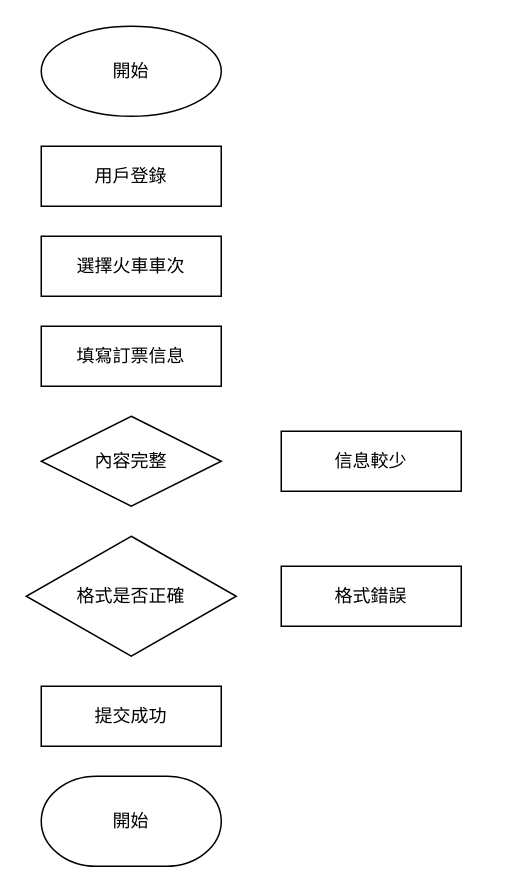
This is drawio/系統模組程式流程圖/圖4-9 火車票訂票流程圖.drawio from Roseller37/UML-diagram2, a draw.io file, before an edit. Source tidied: cells renumbered, new cells numbered last; positions are measured from the earlier drawing's top-left corner, leaving out a move shared by most shapes. Both pictures are drawn from the tidied source at 150%, with x=0, y=0 at pixel (26, 26).
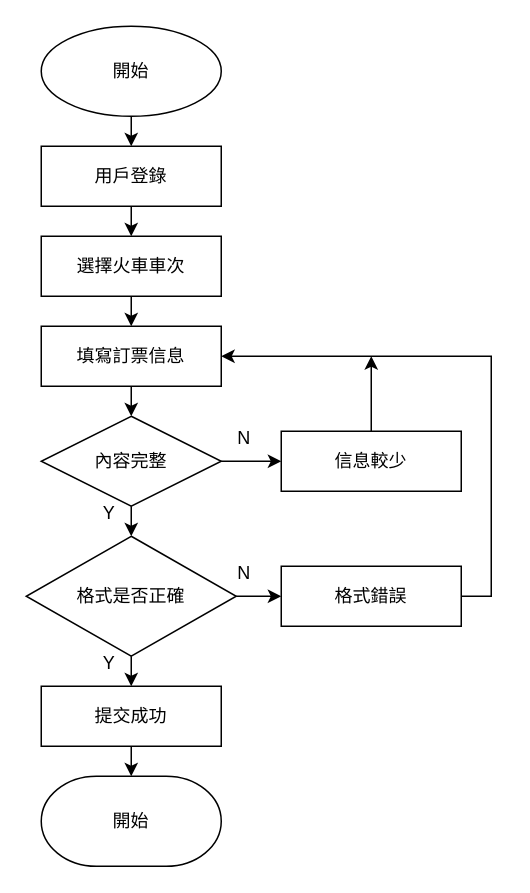
The same page after the edit.

Commit message (it also covers changes not shown here):
更新圖4-9 火車票訂票流程圖.drawio

Unchanged cells that the change refers to:
```xml
<mxCell id="2" value="開始" style="strokeWidth=1;html=1;shape=mxgraph.flowchart.start_1;whiteSpace=wrap;" parent="1" vertex="1">
  <mxGeometry x="10" width="120" height="60" as="geometry" />
</mxCell>
<mxCell id="3" value="開始" style="strokeWidth=1;html=1;shape=mxgraph.flowchart.terminator;whiteSpace=wrap;strokeColor=default;" parent="1" vertex="1">
  <mxGeometry x="10" y="500" width="120" height="60" as="geometry" />
</mxCell>
<mxCell id="4" value="用戶登錄" style="rounded=0;whiteSpace=wrap;html=1;" parent="1" vertex="1">
  <mxGeometry x="10" y="80" width="120" height="40" as="geometry" />
</mxCell>
<mxCell id="5" value="內容完整" style="rhombus;whiteSpace=wrap;html=1;" parent="1" vertex="1">
  <mxGeometry x="10" y="260" width="120" height="60" as="geometry" />
</mxCell>
<mxCell id="6" value="提交成功" style="rounded=0;whiteSpace=wrap;html=1;" parent="1" vertex="1">
  <mxGeometry x="10" y="440" width="120" height="40" as="geometry" />
</mxCell>
<mxCell id="7" value="選擇火車車次" style="rounded=0;whiteSpace=wrap;html=1;" parent="1" vertex="1">
  <mxGeometry x="10" y="140" width="120" height="40" as="geometry" />
</mxCell>
<mxCell id="8" value="填寫訂票信息" style="rounded=0;whiteSpace=wrap;html=1;" parent="1" vertex="1">
  <mxGeometry x="10" y="200" width="120" height="40" as="geometry" />
</mxCell>
<mxCell id="9" value="格式是否正確" style="rhombus;whiteSpace=wrap;html=1;" parent="1" vertex="1">
  <mxGeometry y="340" width="140" height="80" as="geometry" />
</mxCell>
<mxCell id="10" value="格式錯誤" style="rounded=0;whiteSpace=wrap;html=1;" parent="1" vertex="1">
  <mxGeometry x="170" y="360" width="120" height="40" as="geometry" />
</mxCell>
<mxCell id="11" value="信息較少" style="rounded=0;whiteSpace=wrap;html=1;" parent="1" vertex="1">
  <mxGeometry x="170" y="270" width="120" height="40" as="geometry" />
</mxCell>
```

What changed in the source:
```diff
@@
+    <mxCell id="12" style="edgeStyle=orthogonalEdgeStyle;rounded=0;jettySize=auto;html=1;exitX=0.5;exitY=1;exitDx=0;exitDy=0;exitPerimeter=0;entryX=0.5;entryY=0;entryDx=0;entryDy=0;" parent="1" edge="1" source="2" target="4">
+      <mxGeometry relative="1" as="geometry" />
+    </mxCell>
@@
+    <mxCell id="13" style="edgeStyle=orthogonalEdgeStyle;rounded=0;jettySize=auto;html=1;exitX=0.5;exitY=1;exitDx=0;exitDy=0;entryX=0.5;entryY=0;entryDx=0;entryDy=0;" parent="1" edge="1" source="4" target="7">
+      <mxGeometry relative="1" as="geometry" />
+    </mxCell>
@@
+    <mxCell id="14" style="edgeStyle=orthogonalEdgeStyle;rounded=0;jettySize=auto;html=1;exitX=0.5;exitY=1;exitDx=0;exitDy=0;entryX=0.5;entryY=0;entryDx=0;entryDy=0;" parent="1" edge="1" source="5" target="9">
+      <mxGeometry relative="1" as="geometry" />
+    </mxCell>
+    <mxCell id="15" style="edgeStyle=orthogonalEdgeStyle;rounded=0;jettySize=auto;html=1;exitX=1;exitY=0.5;exitDx=0;exitDy=0;entryX=0;entryY=0.5;entryDx=0;entryDy=0;" parent="1" edge="1" source="5" target="11">
+      <mxGeometry relative="1" as="geometry" />
+    </mxCell>
@@
+    <mxCell id="16" style="edgeStyle=orthogonalEdgeStyle;rounded=0;jettySize=auto;html=1;exitX=0.5;exitY=1;exitDx=0;exitDy=0;entryX=0.5;entryY=0;entryDx=0;entryDy=0;" parent="1" edge="1" source="7" target="8">
+      <mxGeometry relative="1" as="geometry" />
+    </mxCell>
@@
+    <mxCell id="17" style="edgeStyle=orthogonalEdgeStyle;rounded=0;jettySize=auto;html=1;exitX=0.5;exitY=1;exitDx=0;exitDy=0;entryX=0.5;entryY=0;entryDx=0;entryDy=0;" parent="1" edge="1" source="8" target="5">
+      <mxGeometry relative="1" as="geometry" />
+    </mxCell>
@@
+    <mxCell id="18" style="edgeStyle=orthogonalEdgeStyle;rounded=0;jettySize=auto;html=1;exitX=0.5;exitY=1;exitDx=0;exitDy=0;entryX=0.5;entryY=0;entryDx=0;entryDy=0;" parent="1" edge="1" source="9" target="6">
+      <mxGeometry relative="1" as="geometry" />
+    </mxCell>
+    <mxCell id="19" style="edgeStyle=orthogonalEdgeStyle;rounded=0;jettySize=auto;html=1;exitX=1;exitY=0.5;exitDx=0;exitDy=0;entryX=0;entryY=0.5;entryDx=0;entryDy=0;" parent="1" edge="1" source="9" target="10">
+      <mxGeometry relative="1" as="geometry" />
+    </mxCell>
@@
+    <mxCell id="20" style="edgeStyle=orthogonalEdgeStyle;rounded=0;jettySize=auto;html=1;exitX=1;exitY=0.5;exitDx=0;exitDy=0;entryX=1;entryY=0.5;entryDx=0;entryDy=0;" parent="1" edge="1" source="10" target="8">
+      <mxGeometry relative="1" as="geometry" />
+    </mxCell>
@@
+    <mxCell id="21" style="edgeStyle=orthogonalEdgeStyle;rounded=0;jettySize=auto;html=1;exitX=0.5;exitY=0;exitDx=0;exitDy=0;" parent="1" edge="1" source="11">
+      <mxGeometry relative="1" as="geometry">
+        <mxPoint x="230" y="220" as="targetPoint" />
+      </mxGeometry>
+    </mxCell>
@@
+    <mxCell id="22" value="Y" style="text;html=1;align=center;verticalAlign=middle;strokeColor=none;fillColor=none;" parent="1" vertex="1">
+      <mxGeometry x="40" y="310" width="30" height="30" as="geometry" />
+    </mxCell>
+    <mxCell id="23" value="Y" style="text;html=1;align=center;verticalAlign=middle;strokeColor=none;fillColor=none;" parent="1" vertex="1">
+      <mxGeometry x="40" y="410" width="30" height="30" as="geometry" />
+    </mxCell>
+    <mxCell id="24" style="edgeStyle=orthogonalEdgeStyle;rounded=0;jettySize=auto;html=1;exitX=0.5;exitY=1;exitDx=0;exitDy=0;entryX=0.5;entryY=0;entryDx=0;entryDy=0;entryPerimeter=0;" parent="1" edge="1" source="6" target="3">
+      <mxGeometry relative="1" as="geometry" />
+    </mxCell>
+    <mxCell id="25" value="N" style="text;html=1;align=center;verticalAlign=middle;strokeColor=none;fillColor=none;" parent="1" vertex="1">
+      <mxGeometry x="130" y="260" width="30" height="30" as="geometry" />
+    </mxCell>
+    <mxCell id="26" value="N" style="text;html=1;align=center;verticalAlign=middle;strokeColor=none;fillColor=none;" parent="1" vertex="1">
+      <mxGeometry x="130" y="350" width="30" height="30" as="geometry" />
+    </mxCell>
```
